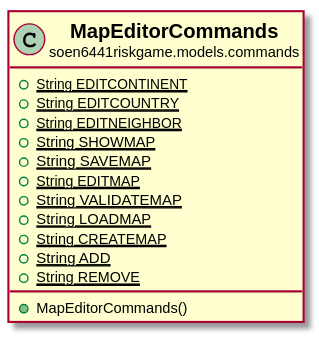
This is docs/javadocs/soen6441riskgame/models/commands/MapEditorCommands.svg from huntertran/soen6441-riskgame, a PlantUML export, as it was before one commit. The source it was exported from:
```plantuml
@startuml

skinparam svgLinkTarget _parent
skinparam linetype ortho
set namespaceSeparator none
class "<b><size:14>MapEditorCommands</b>\n<size:10>soen6441riskgame.models.commands" as soen6441riskgame.models.commands.MapEditorCommands  [[../../../soen6441riskgame/models/commands/MapEditorCommands.html{soen6441riskgame.models.commands.MapEditorCommands}]] {
{static} +String EDITCONTINENT
{static} +String EDITCOUNTRY
{static} +String EDITNEIGHBOR
{static} +String SHOWMAP
{static} +String SAVEMAP
{static} +String EDITMAP
{static} +String VALIDATEMAP
{static} +String LOADMAP
{static} +String CREATEMAP
{static} +String ADD
{static} +String REMOVE
+MapEditorCommands()
}



@enduml
```
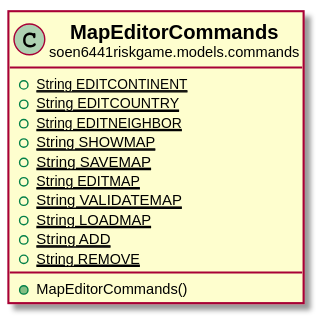
The same file after the commit.

The edit, as a diff of the source:
```diff
@@ -12,7 +12,6 @@
 {static} +String EDITMAP
 {static} +String VALIDATEMAP
 {static} +String LOADMAP
-{static} +String CREATEMAP
 {static} +String ADD
 {static} +String REMOVE
 +MapEditorCommands()
```
